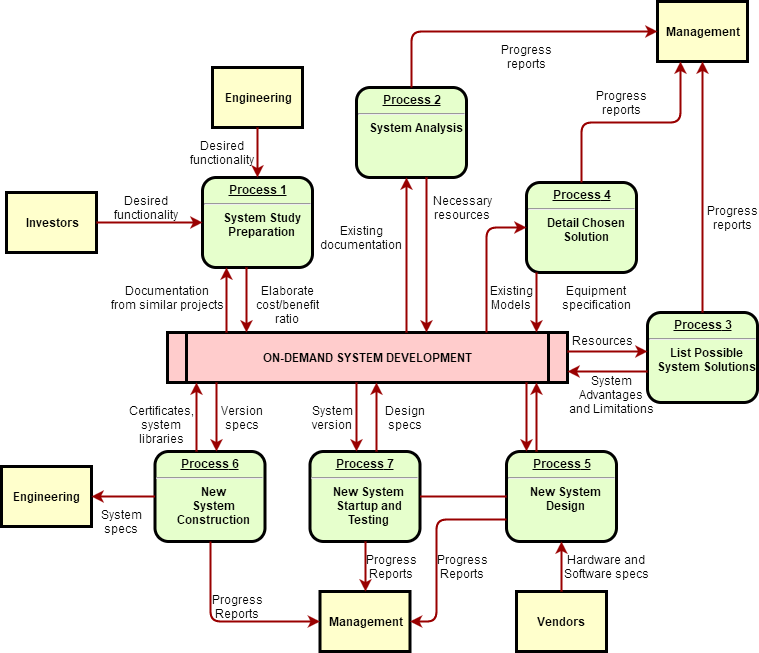
Before: pa3-22.png, a diagram exported from draw.io (stephenlaw30/stephenlaw). Source tidied: cells renumbered, new cells last; positions are measured from the earlier drawing's top-left corner, leaving out a move shared by most shapes.
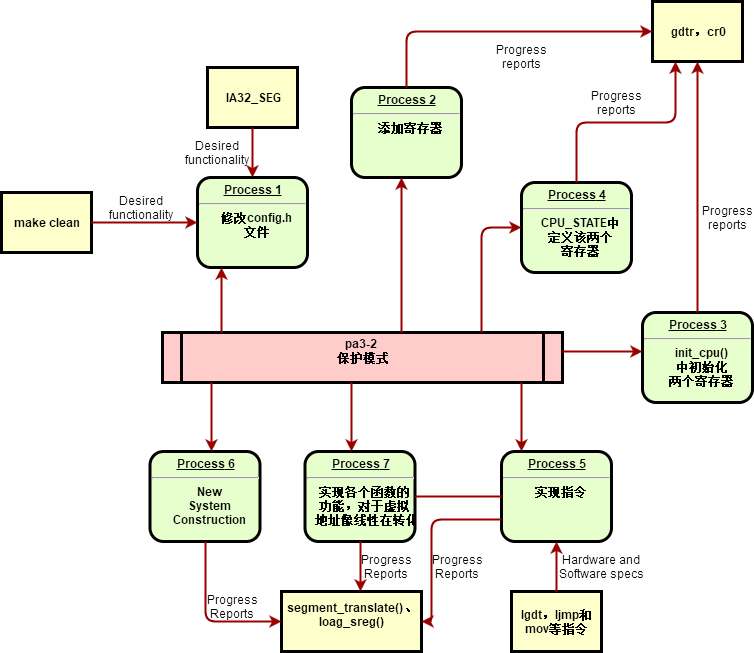
After the change.

Diff of the diagram source:
```diff
@@ -2,43 +2,40 @@
   <root>
     <mxCell id="0" />
     <mxCell id="1" parent="0" />
-    <mxCell id="2" value="&lt;p style=&quot;margin: 0px; margin-top: 4px; text-align: center; text-decoration: underline;&quot;&gt;&lt;strong&gt;Process 1&lt;br /&gt;&lt;/strong&gt;&lt;/p&gt;&lt;hr /&gt;&lt;p style=&quot;margin: 0px; margin-left: 8px;&quot;&gt;System Study&lt;/p&gt;&lt;p style=&quot;margin: 0px; margin-left: 8px;&quot;&gt;Preparation&lt;/p&gt;" style="verticalAlign=middle;align=center;overflow=fill;fontSize=12;fontFamily=Helvetica;html=1;rounded=1;fontStyle=1;strokeWidth=3;fillColor=#E6FFCC;" parent="1" vertex="1">
+    <mxCell id="2" value="&lt;p style=&quot;margin: 0px ; margin-top: 4px ; text-align: center ; text-decoration: underline&quot;&gt;&lt;strong&gt;Process 1&lt;br&gt;&lt;/strong&gt;&lt;/p&gt;&lt;hr&gt;&lt;p style=&quot;margin: 0px ; margin-left: 8px&quot;&gt;修改config.h&lt;/p&gt;&lt;p style=&quot;margin: 0px ; margin-left: 8px&quot;&gt;文件&lt;/p&gt;" style="verticalAlign=middle;align=center;overflow=fill;fontSize=12;fontFamily=Helvetica;html=1;rounded=1;fontStyle=1;strokeWidth=3;fillColor=#E6FFCC;" parent="1" vertex="1">
       <mxGeometry x="201" y="176" width="110" height="90" as="geometry" />
     </mxCell>
-    <mxCell id="3" value="Engineering" style="whiteSpace=wrap;align=center;verticalAlign=middle;fontStyle=1;strokeWidth=3;fillColor=#FFFFCC;" parent="1" vertex="1">
+    <mxCell id="3" value="IA32_SEG" style="whiteSpace=wrap;align=center;verticalAlign=middle;fontStyle=1;strokeWidth=3;fillColor=#FFFFCC;" parent="1" vertex="1">
       <mxGeometry x="211" y="66" width="90" height="60" as="geometry" />
     </mxCell>
-    <mxCell id="4" value="Investors" style="whiteSpace=wrap;align=center;verticalAlign=middle;fontStyle=1;strokeWidth=3;fillColor=#FFFFCC;" parent="1" vertex="1">
+    <mxCell id="4" value="make clean" style="whiteSpace=wrap;align=center;verticalAlign=middle;fontStyle=1;strokeWidth=3;fillColor=#FFFFCC;" parent="1" vertex="1">
       <mxGeometry x="5" y="191" width="90" height="60" as="geometry" />
     </mxCell>
-    <mxCell id="5" value="ON-DEMAND SYSTEM DEVELOPMENT" style="shape=process;whiteSpace=wrap;align=center;verticalAlign=middle;size=0.0475;fontStyle=1;strokeWidth=3;fillColor=#FFCCCC;" parent="1" vertex="1">
+    <mxCell id="5" value="pa3-2 &#10;保护模式&#10;" style="shape=process;whiteSpace=wrap;align=center;verticalAlign=middle;size=0.0475;fontStyle=1;strokeWidth=3;fillColor=#FFCCCC;" parent="1" vertex="1">
       <mxGeometry x="166" y="331" width="400" height="50" as="geometry" />
     </mxCell>
-    <mxCell id="6" value="&lt;p style=&quot;margin: 0px; margin-top: 4px; text-align: center; text-decoration: underline;&quot;&gt;&lt;strong&gt;Process 2&lt;br /&gt;&lt;/strong&gt;&lt;/p&gt;&lt;hr /&gt;&lt;p style=&quot;margin: 0px; margin-left: 8px;&quot;&gt;System Analysis&lt;/p&gt;" style="verticalAlign=middle;align=center;overflow=fill;fontSize=12;fontFamily=Helvetica;html=1;rounded=1;fontStyle=1;strokeWidth=3;fillColor=#E6FFCC;" parent="1" vertex="1">
+    <mxCell id="6" value="&lt;p style=&quot;margin: 0px ; margin-top: 4px ; text-align: center ; text-decoration: underline&quot;&gt;&lt;strong&gt;Process 2&lt;br&gt;&lt;/strong&gt;&lt;/p&gt;&lt;hr&gt;&lt;p style=&quot;margin: 0px ; margin-left: 8px&quot;&gt;添加寄存器&lt;/p&gt;" style="verticalAlign=middle;align=center;overflow=fill;fontSize=12;fontFamily=Helvetica;html=1;rounded=1;fontStyle=1;strokeWidth=3;fillColor=#E6FFCC;" parent="1" vertex="1">
       <mxGeometry x="355" y="86" width="110" height="90" as="geometry" />
     </mxCell>
-    <mxCell id="7" value="&lt;p style=&quot;margin: 0px; margin-top: 4px; text-align: center; text-decoration: underline;&quot;&gt;&lt;strong&gt;&lt;strong&gt;Process&lt;/strong&gt; 3&lt;br /&gt;&lt;/strong&gt;&lt;/p&gt;&lt;hr /&gt;&lt;p style=&quot;margin: 0px; margin-left: 8px;&quot;&gt;List Possible&lt;/p&gt;&lt;p style=&quot;margin: 0px; margin-left: 8px;&quot;&gt;System Solutions&lt;/p&gt;" style="verticalAlign=middle;align=center;overflow=fill;fontSize=12;fontFamily=Helvetica;html=1;rounded=1;fontStyle=1;strokeWidth=3;fillColor=#E6FFCC;" parent="1" vertex="1">
+    <mxCell id="7" value="&lt;p style=&quot;margin: 0px ; margin-top: 4px ; text-align: center ; text-decoration: underline&quot;&gt;&lt;strong&gt;&lt;strong&gt;Process&lt;/strong&gt; 3&lt;br&gt;&lt;/strong&gt;&lt;/p&gt;&lt;hr&gt;&lt;p style=&quot;margin: 0px ; margin-left: 8px&quot;&gt;init_cpu()&lt;/p&gt;&lt;p style=&quot;margin: 0px ; margin-left: 8px&quot;&gt;中初始化&lt;/p&gt;&lt;p style=&quot;margin: 0px ; margin-left: 8px&quot;&gt;两个寄存器&lt;/p&gt;" style="verticalAlign=middle;align=center;overflow=fill;fontSize=12;fontFamily=Helvetica;html=1;rounded=1;fontStyle=1;strokeWidth=3;fillColor=#E6FFCC;" parent="1" vertex="1">
       <mxGeometry x="646" y="311" width="110" height="90" as="geometry" />
     </mxCell>
-    <mxCell id="8" value="&lt;p style=&quot;margin: 0px; margin-top: 4px; text-align: center; text-decoration: underline;&quot;&gt;&lt;strong&gt;&lt;strong&gt;Process&lt;/strong&gt; 4&lt;br /&gt;&lt;/strong&gt;&lt;/p&gt;&lt;hr /&gt;&lt;p style=&quot;margin: 0px; margin-left: 8px;&quot;&gt;Detail Chosen&lt;/p&gt;&lt;p style=&quot;margin: 0px; margin-left: 8px;&quot;&gt;Solution&lt;/p&gt;" style="verticalAlign=middle;align=center;overflow=fill;fontSize=12;fontFamily=Helvetica;html=1;rounded=1;fontStyle=1;strokeWidth=3;fillColor=#E6FFCC;" parent="1" vertex="1">
+    <mxCell id="8" value="&lt;p style=&quot;margin: 0px ; margin-top: 4px ; text-align: center ; text-decoration: underline&quot;&gt;&lt;strong&gt;&lt;strong&gt;Process&lt;/strong&gt; 4&lt;br&gt;&lt;/strong&gt;&lt;/p&gt;&lt;hr&gt;&lt;p style=&quot;margin: 0px ; margin-left: 8px&quot;&gt;CPU_STATE中&lt;/p&gt;&lt;p style=&quot;margin: 0px ; margin-left: 8px&quot;&gt;定义该两个&lt;/p&gt;&lt;p style=&quot;margin: 0px ; margin-left: 8px&quot;&gt;寄存器&lt;/p&gt;" style="verticalAlign=middle;align=center;overflow=fill;fontSize=12;fontFamily=Helvetica;html=1;rounded=1;fontStyle=1;strokeWidth=3;fillColor=#E6FFCC;" parent="1" vertex="1">
       <mxGeometry x="525" y="181" width="110" height="90" as="geometry" />
     </mxCell>
-    <mxCell id="9" value="&lt;p style=&quot;margin: 0px; margin-top: 4px; text-align: center; text-decoration: underline;&quot;&gt;&lt;strong&gt;&lt;strong&gt;Process&lt;/strong&gt; 5&lt;br /&gt;&lt;/strong&gt;&lt;/p&gt;&lt;hr /&gt;&lt;p style=&quot;margin: 0px; margin-left: 8px;&quot;&gt;New System&lt;/p&gt;&lt;p style=&quot;margin: 0px; margin-left: 8px;&quot;&gt;Design&lt;/p&gt;" style="verticalAlign=middle;align=center;overflow=fill;fontSize=12;fontFamily=Helvetica;html=1;rounded=1;fontStyle=1;strokeWidth=3;fillColor=#E6FFCC;" parent="1" vertex="1">
+    <mxCell id="9" value="&lt;p style=&quot;margin: 0px ; margin-top: 4px ; text-align: center ; text-decoration: underline&quot;&gt;&lt;strong&gt;&lt;strong&gt;Process&lt;/strong&gt; 5&lt;br&gt;&lt;/strong&gt;&lt;/p&gt;&lt;hr&gt;&lt;p style=&quot;margin: 0px ; margin-left: 8px&quot;&gt;实现指令&lt;/p&gt;" style="verticalAlign=middle;align=center;overflow=fill;fontSize=12;fontFamily=Helvetica;html=1;rounded=1;fontStyle=1;strokeWidth=3;fillColor=#E6FFCC;" parent="1" vertex="1">
       <mxGeometry x="505" y="450" width="110" height="90" as="geometry" />
     </mxCell>
     <mxCell id="10" value="&lt;p style=&quot;margin: 0px; margin-top: 4px; text-align: center; text-decoration: underline;&quot;&gt;&lt;strong&gt;&lt;strong&gt;Process&lt;/strong&gt; 6&lt;br /&gt;&lt;/strong&gt;&lt;/p&gt;&lt;hr /&gt;&lt;p style=&quot;margin: 0px; margin-left: 8px;&quot;&gt;New&lt;/p&gt;&lt;p style=&quot;margin: 0px; margin-left: 8px;&quot;&gt;System&lt;/p&gt;&lt;p style=&quot;margin: 0px; margin-left: 8px;&quot;&gt;Construction&lt;/p&gt;" style="verticalAlign=middle;align=center;overflow=fill;fontSize=12;fontFamily=Helvetica;html=1;rounded=1;fontStyle=1;strokeWidth=3;fillColor=#E6FFCC;" parent="1" vertex="1">
       <mxGeometry x="153.5" y="450" width="110" height="90" as="geometry" />
     </mxCell>
-    <mxCell id="11" value="Management" style="whiteSpace=wrap;align=center;verticalAlign=middle;fontStyle=1;strokeWidth=3;fillColor=#FFFFCC;" parent="1" vertex="1">
+    <mxCell id="11" value="gdtr，cr0" style="whiteSpace=wrap;align=center;verticalAlign=middle;fontStyle=1;strokeWidth=3;fillColor=#FFFFCC;" parent="1" vertex="1">
       <mxGeometry x="656" width="90" height="60" as="geometry" />
     </mxCell>
-    <mxCell id="12" value="Management" style="whiteSpace=wrap;align=center;verticalAlign=middle;fontStyle=1;strokeWidth=3;fillColor=#FFFFCC;" parent="1" vertex="1">
-      <mxGeometry x="318.5" y="590" width="90" height="60" as="geometry" />
+    <mxCell id="12" value="segment_translate()、 loag_sreg()&#10;" style="whiteSpace=wrap;align=center;verticalAlign=middle;fontStyle=1;strokeWidth=3;fillColor=#FFFFCC;" parent="1" vertex="1">
+      <mxGeometry x="285" y="590" width="140" height="60" as="geometry" />
     </mxCell>
-    <mxCell id="13" value="Engineering" style="whiteSpace=wrap;align=center;verticalAlign=middle;fontStyle=1;strokeWidth=3;fillColor=#FFFFCC;" parent="1" vertex="1">
-      <mxGeometry y="465" width="90" height="60" as="geometry" />
-    </mxCell>
-    <mxCell id="14" value="Vendors" style="whiteSpace=wrap;align=center;verticalAlign=middle;fontStyle=1;strokeWidth=3;fillColor=#FFFFCC;" parent="1" vertex="1">
+    <mxCell id="14" value="lgdt，ljmp和mov等指令" style="whiteSpace=wrap;align=center;verticalAlign=middle;fontStyle=1;strokeWidth=3;fillColor=#FFFFCC;" parent="1" vertex="1">
       <mxGeometry x="515" y="590" width="90" height="60" as="geometry" />
     </mxCell>
     <mxCell id="15" style="edgeStyle=none;noEdgeStyle=1;strokeColor=#990000;strokeWidth=2;" parent="1" edge="1" source="3" target="2">
@@ -47,7 +44,7 @@
     <mxCell id="16" style="edgeStyle=none;noEdgeStyle=1;strokeColor=#990000;strokeWidth=2;" parent="1" edge="1" source="4" target="2">
       <mxGeometry relative="1" as="geometry" />
     </mxCell>
-    <mxCell id="17" value="&lt;p style=&quot;margin: 0px; margin-top: 4px; text-align: center; text-decoration: underline;&quot;&gt;&lt;strong&gt;&lt;strong&gt;Process&lt;/strong&gt; 7&lt;br /&gt;&lt;/strong&gt;&lt;/p&gt;&lt;hr /&gt;&lt;p style=&quot;margin: 0px; margin-left: 8px;&quot;&gt;New System&lt;/p&gt;&lt;p style=&quot;margin: 0px; margin-left: 8px;&quot;&gt;Startup and&lt;/p&gt;&lt;p style=&quot;margin: 0px; margin-left: 8px;&quot;&gt;Testing&lt;/p&gt;" style="verticalAlign=middle;align=center;overflow=fill;fontSize=12;fontFamily=Helvetica;html=1;rounded=1;fontStyle=1;strokeWidth=3;fillColor=#E6FFCC;" parent="1" vertex="1">
+    <mxCell id="17" value="&lt;p style=&quot;margin: 0px ; margin-top: 4px ; text-align: center ; text-decoration: underline&quot;&gt;&lt;strong&gt;&lt;strong&gt;Process&lt;/strong&gt; 7&lt;br&gt;&lt;/strong&gt;&lt;/p&gt;&lt;hr&gt;&lt;p style=&quot;margin: 0px ; margin-left: 8px&quot;&gt;实现各个函数&lt;span&gt;的&lt;/span&gt;&lt;/p&gt;&lt;p style=&quot;margin: 0px ; margin-left: 8px&quot;&gt;&lt;span&gt;功能，对于虚拟&lt;/span&gt;&lt;/p&gt;&lt;p style=&quot;margin: 0px ; margin-left: 8px&quot;&gt;地址像线性在转化&lt;/p&gt;" style="verticalAlign=middle;align=center;overflow=fill;fontSize=12;fontFamily=Helvetica;html=1;rounded=1;fontStyle=1;strokeWidth=3;fillColor=#E6FFCC;" parent="1" vertex="1">
       <mxGeometry x="308.5" y="450" width="110" height="90" as="geometry" />
     </mxCell>
     <mxCell id="18" style="endArrow=none;noEdgeStyle=1;strokeColor=#990000;strokeWidth=2;" parent="1" edge="1" source="9" target="17">
@@ -59,9 +56,6 @@
     <mxCell id="20" value="Desired &#10;functionality" style="text;spacingTop=-5;align=center;" parent="1" vertex="1">
       <mxGeometry x="206" y="136" width="30" height="20" as="geometry" />
     </mxCell>
-    <mxCell id="21" value="Documentation&#10;from similar projects" style="text;spacingTop=-5;align=center;" parent="1" vertex="1">
-      <mxGeometry x="151" y="281" width="30" height="20" as="geometry" />
-    </mxCell>
     <mxCell id="22" style="edgeStyle=elbowEdgeStyle;elbow=horizontal;strokeColor=#990000;strokeWidth=2;" parent="1" edge="1" source="5" target="2">
       <mxGeometry relative="1" as="geometry">
         <Array as="points">
@@ -69,16 +63,6 @@
         </Array>
       </mxGeometry>
     </mxCell>
-    <mxCell id="23" style="edgeStyle=elbowEdgeStyle;elbow=horizontal;strokeColor=#990000;strokeWidth=2;" parent="1" edge="1" source="2" target="5">
-      <mxGeometry relative="1" as="geometry">
-        <Array as="points">
-          <mxPoint x="245" y="300" />
-        </Array>
-      </mxGeometry>
-    </mxCell>
-    <mxCell id="24" value="Elaborate&#10;cost/benefit&#10;ratio" style="text;spacingTop=-5;align=center;" parent="1" vertex="1">
-      <mxGeometry x="271" y="281" width="30" height="20" as="geometry" />
-    </mxCell>
     <mxCell id="25" style="edgeStyle=elbowEdgeStyle;elbow=horizontal;strokeColor=#990000;strokeWidth=2;" parent="1" edge="1" source="5" target="6">
       <mxGeometry relative="1" as="geometry">
         <Array as="points">
@@ -86,19 +70,6 @@
         </Array>
       </mxGeometry>
     </mxCell>
-    <mxCell id="26" style="edgeStyle=elbowEdgeStyle;elbow=horizontal;strokeColor=#990000;strokeWidth=2;" parent="1" edge="1" source="6" target="5">
-      <mxGeometry relative="1" as="geometry">
-        <Array as="points">
-          <mxPoint x="425" y="260" />
-        </Array>
-      </mxGeometry>
-    </mxCell>
-    <mxCell id="27" value="Existing&#10;documentation" style="text;spacingTop=-5;align=center;" parent="1" vertex="1">
-      <mxGeometry x="345" y="221" width="30" height="20" as="geometry" />
-    </mxCell>
-    <mxCell id="28" value="Necessary&#10;resources" style="text;spacingTop=-5;align=center;" parent="1" vertex="1">
-      <mxGeometry x="446" y="191" width="30" height="20" as="geometry" />
-    </mxCell>
     <mxCell id="29" value="Progress&#10;reports" style="text;spacingTop=-5;align=center;" parent="1" vertex="1">
       <mxGeometry x="510" y="40" width="30" height="20" as="geometry" />
     </mxCell>
@@ -121,13 +92,6 @@
     <mxCell id="34" style="edgeStyle=elbowEdgeStyle;elbow=horizontal;strokeColor=#990000;strokeWidth=2;" parent="1" edge="1" source="7" target="11">
       <mxGeometry relative="1" as="geometry" />
     </mxCell>
-    <mxCell id="35" style="edgeStyle=elbowEdgeStyle;elbow=horizontal;strokeColor=#990000;strokeWidth=2;" parent="1" edge="1" source="8" target="5">
-      <mxGeometry relative="1" as="geometry">
-        <Array as="points">
-          <mxPoint x="535" y="300" />
-        </Array>
-      </mxGeometry>
-    </mxCell>
     <mxCell id="36" style="edgeStyle=segmentEdgeStyle;strokeColor=#990000;strokeWidth=2;" parent="1" edge="1" source="5" target="8">
       <mxGeometry relative="1" as="geometry">
         <Array as="points">
@@ -135,12 +99,6 @@
         </Array>
       </mxGeometry>
     </mxCell>
-    <mxCell id="37" value="Existing&#10;Models" style="text;spacingTop=-5;align=center;" parent="1" vertex="1">
-      <mxGeometry x="495" y="281" width="30" height="20" as="geometry" />
-    </mxCell>
-    <mxCell id="38" value="Equipment&#10;specification" style="text;spacingTop=-5;align=center;" parent="1" vertex="1">
-      <mxGeometry x="580" y="281" width="30" height="20" as="geometry" />
-    </mxCell>
     <mxCell id="39" style="edgeStyle=elbowEdgeStyle;elbow=vertical;strokeColor=#990000;strokeWidth=2;" parent="1" edge="1" source="5" target="7">
       <mxGeometry relative="1" as="geometry">
         <Array as="points">
@@ -148,26 +106,6 @@
         </Array>
       </mxGeometry>
     </mxCell>
-    <mxCell id="40" style="edgeStyle=elbowEdgeStyle;elbow=vertical;strokeColor=#990000;strokeWidth=2;" parent="1" edge="1" source="7" target="5">
-      <mxGeometry relative="1" as="geometry">
-        <Array as="points">
-          <mxPoint x="615" y="370" />
-        </Array>
-      </mxGeometry>
-    </mxCell>
-    <mxCell id="41" value="Resources" style="text;spacingTop=-5;align=center;" parent="1" vertex="1">
-      <mxGeometry x="586" y="331" width="30" height="20" as="geometry" />
-    </mxCell>
-    <mxCell id="42" value="System &#10;Advantages &#10;and Limitations" style="text;spacingTop=-5;align=center;" parent="1" vertex="1">
-      <mxGeometry x="595" y="371" width="30" height="20" as="geometry" />
-    </mxCell>
-    <mxCell id="43" style="edgeStyle=elbowEdgeStyle;elbow=horizontal;strokeColor=#990000;strokeWidth=2;" parent="1" edge="1" source="9" target="5">
-      <mxGeometry relative="1" as="geometry">
-        <Array as="points">
-          <mxPoint x="535" y="410" />
-        </Array>
-      </mxGeometry>
-    </mxCell>
     <mxCell id="44" style="edgeStyle=elbowEdgeStyle;elbow=horizontal;strokeColor=#990000;strokeWidth=2;" parent="1" edge="1" source="5" target="9">
       <mxGeometry relative="1" as="geometry">
         <Array as="points">
@@ -207,9 +145,6 @@
     <mxCell id="52" value="Progress&#10;Reports" style="text;spacingTop=-5;align=center;" parent="1" vertex="1">
       <mxGeometry x="221" y="590" width="30" height="20" as="geometry" />
     </mxCell>
-    <mxCell id="53" style="edgeStyle=elbowEdgeStyle;elbow=vertical;strokeColor=#990000;strokeWidth=2;" parent="1" edge="1" source="10" target="13">
-      <mxGeometry relative="1" as="geometry" />
-    </mxCell>
     <mxCell id="54" style="edgeStyle=elbowEdgeStyle;elbow=horizontal;strokeColor=#990000;strokeWidth=2;" parent="1" edge="1" source="5" target="17">
       <mxGeometry relative="1" as="geometry">
         <Array as="points">
@@ -217,19 +152,6 @@
         </Array>
       </mxGeometry>
     </mxCell>
-    <mxCell id="55" style="edgeStyle=elbowEdgeStyle;elbow=horizontal;strokeColor=#990000;strokeWidth=2;" parent="1" edge="1" source="17" target="5">
-      <mxGeometry relative="1" as="geometry">
-        <Array as="points">
-          <mxPoint x="375" y="410" />
-        </Array>
-      </mxGeometry>
-    </mxCell>
-    <mxCell id="56" value="Version&#10;specs" style="text;spacingTop=-5;align=center;" parent="1" vertex="1">
-      <mxGeometry x="226" y="401" width="30" height="20" as="geometry" />
-    </mxCell>
-    <mxCell id="57" value="Certificates,&#10;system&#10;libraries" style="text;spacingTop=-5;align=center;" parent="1" vertex="1">
-      <mxGeometry x="145" y="401" width="30" height="20" as="geometry" />
-    </mxCell>
     <mxCell id="58" style="edgeStyle=elbowEdgeStyle;elbow=horizontal;strokeColor=#990000;strokeWidth=2;" parent="1" edge="1" source="5" target="10">
       <mxGeometry relative="1" as="geometry">
         <Array as="points">
@@ -237,21 +159,5 @@
         </Array>
       </mxGeometry>
     </mxCell>
-    <mxCell id="59" style="edgeStyle=elbowEdgeStyle;elbow=horizontal;strokeColor=#990000;strokeWidth=2;" parent="1" edge="1" source="10" target="5">
-      <mxGeometry relative="1" as="geometry">
-        <Array as="points">
-          <mxPoint x="195" y="410" />
-        </Array>
-      </mxGeometry>
-    </mxCell>
-    <mxCell id="60" value="System&#10;specs" style="text;spacingTop=-5;align=center;" parent="1" vertex="1">
-      <mxGeometry x="105" y="505" width="30" height="20" as="geometry" />
-    </mxCell>
-    <mxCell id="61" value="Design&#10;specs" style="text;spacingTop=-5;align=center;" parent="1" vertex="1">
-      <mxGeometry x="388.5" y="401" width="30" height="20" as="geometry" />
-    </mxCell>
-    <mxCell id="62" value="System&#10;version" style="text;spacingTop=-5;align=center;" parent="1" vertex="1">
-      <mxGeometry x="316" y="401" width="30" height="20" as="geometry" />
-    </mxCell>
   </root>
 </mxGraphModel>
```
